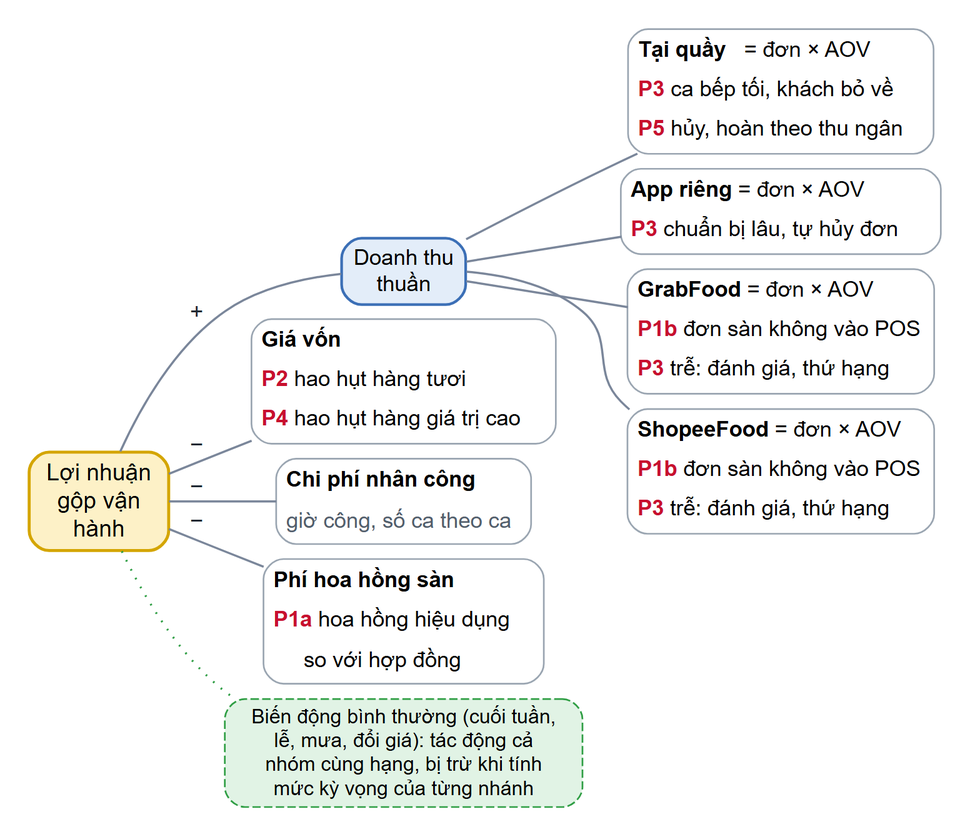
The Graphviz diagram docs/report/figures/h3_6_cay_kpi.png in phuclc17/final_proj, before a commit. Its source is kept beside it as docs/report/figures/src/h3_6_cay_kpi.dot.
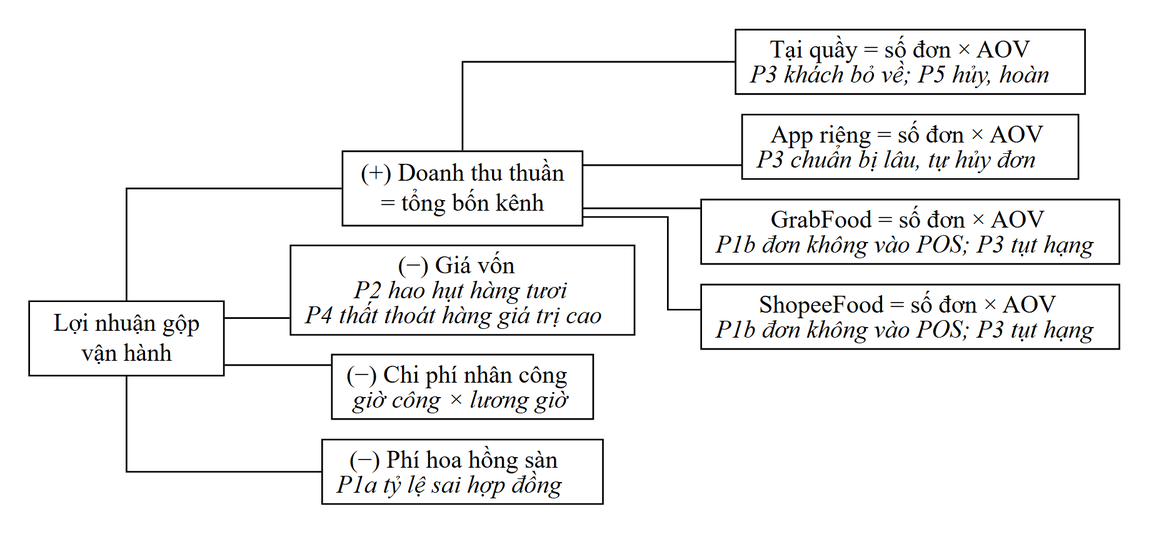
Later version of the same file.

Diff of the diagram source:
```diff
@@ -1,42 +1,18 @@
 digraph G {
-  rankdir=LR; nodesep=0.12; ranksep=0.3; fontname="Arial"; newrank=true;
-  node [shape=box, style="rounded,filled", fontname="Arial", fontsize=13, color="#9AA5B1", fillcolor="#FFFFFF", margin="0.1,0.06"];
-  edge [color="#7A869A", penwidth=1.3, arrowhead=none, fontname="Arial", fontsize=14, fontcolor="#1F2933"];
+  rankdir=LR; splines=ortho; nodesep=0.16; ranksep=0.55; fontname="Times-Roman"; bgcolor="white";
+  node [shape=box, fontname="Times-Roman", fontsize=15, color="black", penwidth=1, margin="0.12,0.06"];
+  edge [color="black", penwidth=1, arrowhead=none];
 
-  root [label="Lợi nhuận\ngộp vận\nhành", fillcolor="#FDF1C7", color="#D4A500", penwidth=1.8, fontsize=14];
-  rev  [label="Doanh thu\nthuần", fillcolor="#E3EDF9", color="#3B6FB6", penwidth=1.6];
+  root [label="Lợi nhuận gộp\nvận hành"];
+  rev  [label="(+) Doanh thu thuần\n= tổng bốn kênh"];
+  cogs [label=<(−) Giá vốn<BR/><I>P2 hao hụt hàng tươi</I><BR/><I>P4 thất thoát hàng giá trị cao</I>>];
+  lab  [label=<(−) Chi phí nhân công<BR/><I>giờ công × lương giờ</I>>];
+  fee  [label=<(−) Phí hoa hồng sàn<BR/><I>P1a tỷ lệ sai hợp đồng</I>>];
+  walk [label=<Tại quầy = số đơn × AOV<BR/><I>P3 khách bỏ về; P5 hủy, hoàn</I>>];
+  app  [label=<App riêng = số đơn × AOV<BR/><I>P3 chuẩn bị lâu, tự hủy đơn</I>>];
+  grab [label=<GrabFood = số đơn × AOV<BR/><I>P1b đơn không vào POS; P3 tụt hạng</I>>];
+  shop [label=<ShopeeFood = số đơn × AOV<BR/><I>P1b đơn không vào POS; P3 tụt hạng</I>>];
 
-  node [shape=plaintext, style="", margin=0];
-  cogs [label=<<TABLE BORDER="1" COLOR="#9AA5B1" CELLBORDER="0" CELLPADDING="3" STYLE="rounded" BGCOLOR="#FFFFFF">
-    <TR><TD ALIGN="LEFT"><B>Giá vốn</B></TD></TR>
-    <TR><TD ALIGN="LEFT"><FONT COLOR="#C8102E"><B>P2</B></FONT>&#160;hao hụt hàng tươi</TD></TR>
-    <TR><TD ALIGN="LEFT"><FONT COLOR="#C8102E"><B>P4</B></FONT>&#160;hao hụt hàng giá trị cao</TD></TR></TABLE>>];
-  lab [label=<<TABLE BORDER="1" COLOR="#9AA5B1" CELLBORDER="0" CELLPADDING="3" STYLE="rounded" BGCOLOR="#FFFFFF">
-    <TR><TD ALIGN="LEFT"><B>Chi phí nhân công</B></TD></TR>
-    <TR><TD ALIGN="LEFT"><FONT COLOR="#52606D">giờ công, số ca theo ca</FONT></TD></TR></TABLE>>];
-  fee [label=<<TABLE BORDER="1" COLOR="#9AA5B1" CELLBORDER="0" CELLPADDING="3" STYLE="rounded" BGCOLOR="#FFFFFF">
-    <TR><TD ALIGN="LEFT"><B>Phí hoa hồng sàn</B></TD></TR>
-    <TR><TD ALIGN="LEFT"><FONT COLOR="#C8102E"><B>P1a</B></FONT>&#160;hoa hồng hiệu dụng</TD></TR>
-    <TR><TD ALIGN="LEFT">      so với hợp đồng</TD></TR></TABLE>>];
-  walk [label=<<TABLE BORDER="1" COLOR="#9AA5B1" CELLBORDER="0" CELLPADDING="3" STYLE="rounded" BGCOLOR="#FFFFFF">
-    <TR><TD ALIGN="LEFT"><B>Tại quầy</B>&#160;= đơn × AOV</TD></TR>
-    <TR><TD ALIGN="LEFT"><FONT COLOR="#C8102E"><B>P3</B></FONT>&#160;ca bếp tối, khách bỏ về</TD></TR>
-    <TR><TD ALIGN="LEFT"><FONT COLOR="#C8102E"><B>P5</B></FONT>&#160;hủy, hoàn theo thu ngân</TD></TR></TABLE>>];
-  app [label=<<TABLE BORDER="1" COLOR="#9AA5B1" CELLBORDER="0" CELLPADDING="3" STYLE="rounded" BGCOLOR="#FFFFFF">
-    <TR><TD ALIGN="LEFT"><B>App riêng</B>&#160;= đơn × AOV</TD></TR>
-    <TR><TD ALIGN="LEFT"><FONT COLOR="#C8102E"><B>P3</B></FONT>&#160;chuẩn bị lâu, tự hủy đơn</TD></TR></TABLE>>];
-  grab [label=<<TABLE BORDER="1" COLOR="#9AA5B1" CELLBORDER="0" CELLPADDING="3" STYLE="rounded" BGCOLOR="#FFFFFF">
-    <TR><TD ALIGN="LEFT"><B>GrabFood</B>&#160;= đơn × AOV</TD></TR>
-    <TR><TD ALIGN="LEFT"><FONT COLOR="#C8102E"><B>P1b</B></FONT>&#160;đơn sàn không vào POS</TD></TR>
-    <TR><TD ALIGN="LEFT"><FONT COLOR="#C8102E"><B>P3</B></FONT>&#160;trễ: đánh giá, thứ hạng</TD></TR></TABLE>>];
-  shop [label=<<TABLE BORDER="1" COLOR="#9AA5B1" CELLBORDER="0" CELLPADDING="3" STYLE="rounded" BGCOLOR="#FFFFFF">
-    <TR><TD ALIGN="LEFT"><B>ShopeeFood</B>&#160;= đơn × AOV</TD></TR>
-    <TR><TD ALIGN="LEFT"><FONT COLOR="#C8102E"><B>P1b</B></FONT>&#160;đơn sàn không vào POS</TD></TR>
-    <TR><TD ALIGN="LEFT"><FONT COLOR="#C8102E"><B>P3</B></FONT>&#160;trễ: đánh giá, thứ hạng</TD></TR></TABLE>>];
-  norm [shape=box, style="rounded,filled,dashed", fillcolor="#E1F3E5", color="#2F9E44", fontsize=12, margin="0.1,0.05",
-        label="Biến động bình thường (cuối tuần,\nlễ, mưa, đổi giá): tác động cả\nnhóm cùng hạng, bị trừ khi tính\nmức kỳ vọng của từng nhánh"];
-
-  root -> rev [label="+"]; root -> cogs [label="−"]; root -> lab [label="−"]; root -> fee [label="−"];
+  root -> rev; root -> cogs; root -> lab; root -> fee;
   rev -> walk; rev -> app; rev -> grab; rev -> shop;
-  root -> norm [style=dotted, color="#2F9E44"];
 }
```
